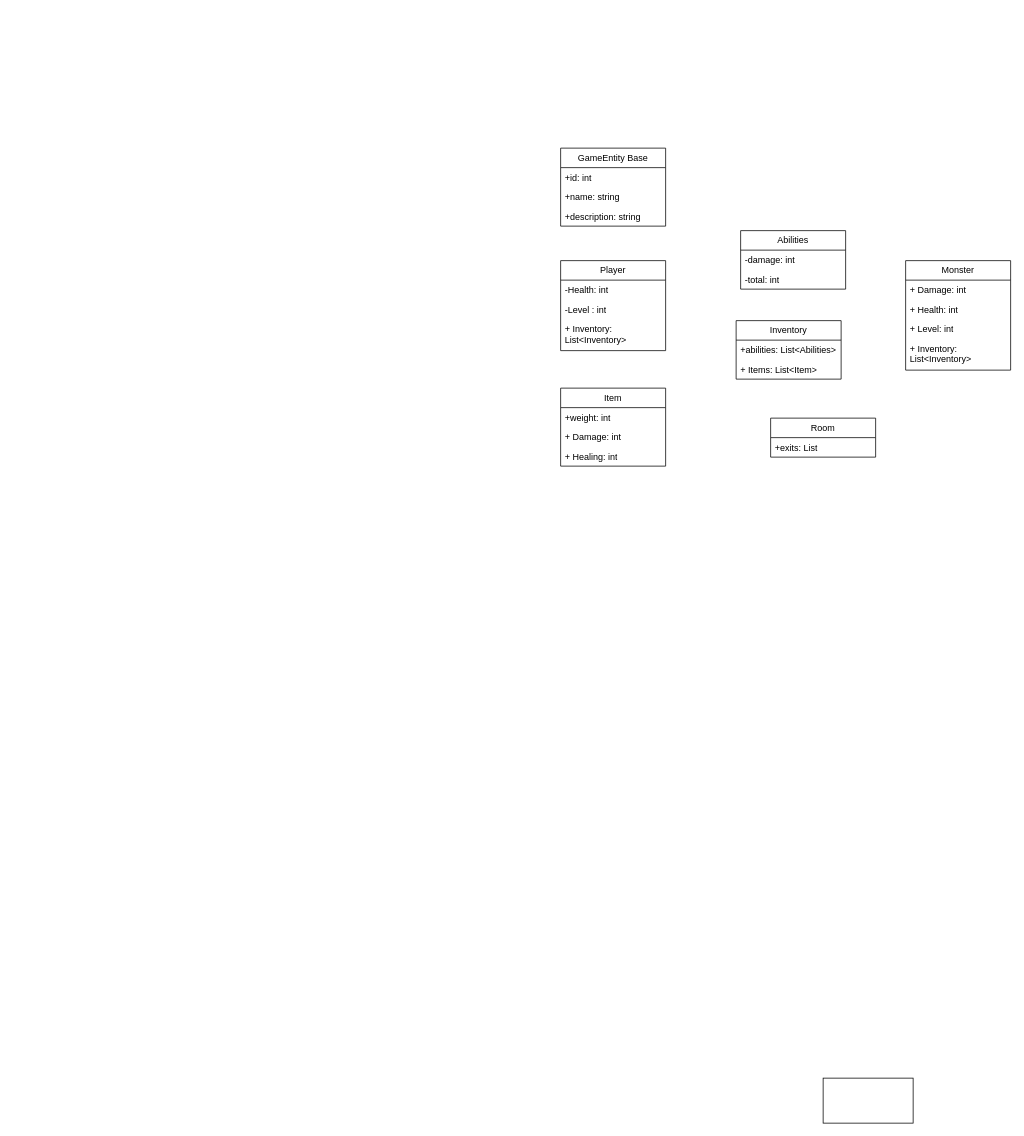
Before: Test.drawio in Buriiboo/Cliffs-of-Cockermouth, a draw.io diagram. Source tidied: cells renumbered, new cells numbered last; positions are measured from the earlier drawing's top-left corner, leaving out a move shared by most shapes. Both pictures are drawn from the tidied source at 75%, with x=0, y=0 at pixel (560, 148).
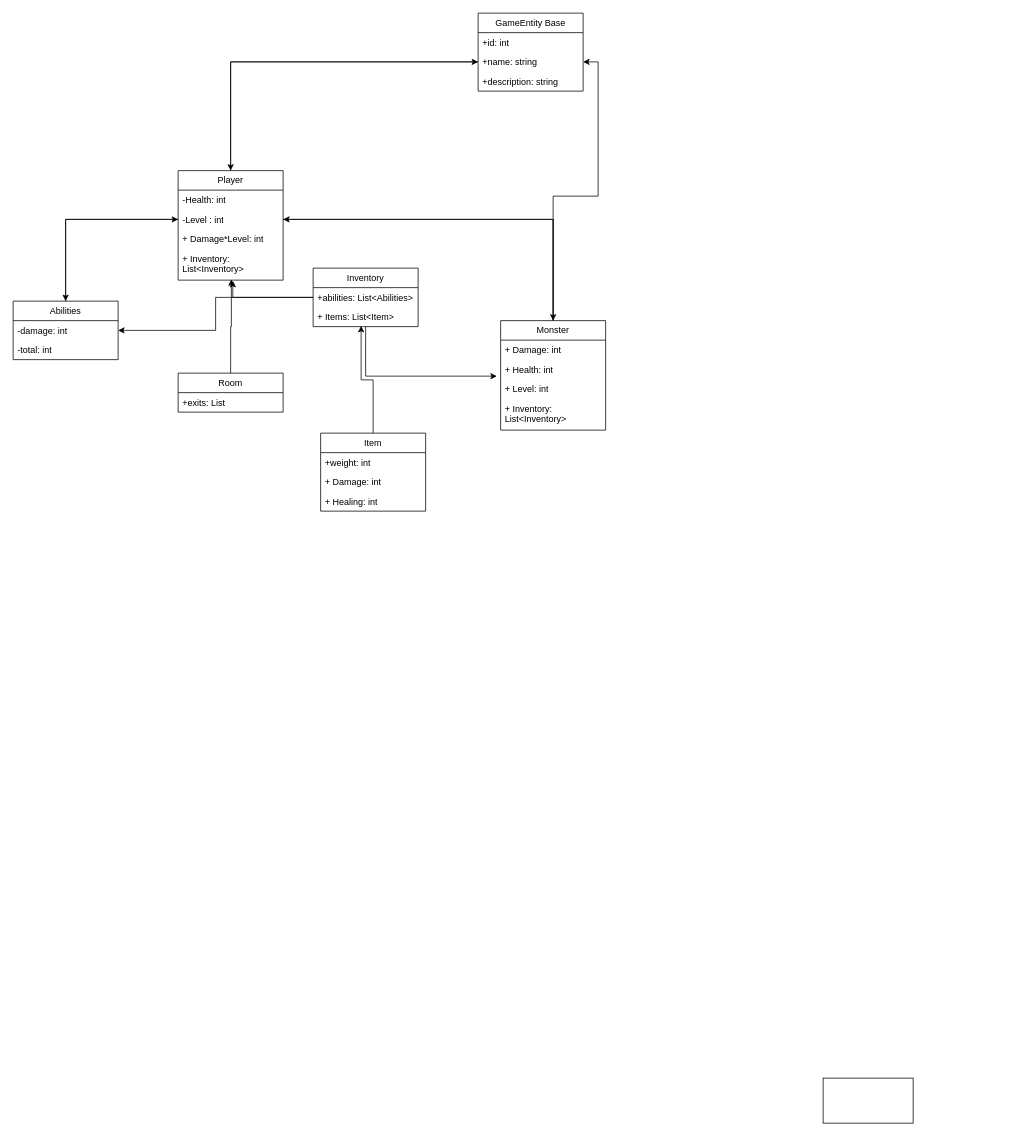
After the change.

The change refers to these unchanged cells:
```xml
<mxCell id="3" value="-damage: int" style="text;strokeColor=none;fillColor=none;align=left;verticalAlign=top;spacingLeft=4;spacingRight=4;overflow=hidden;points=[[0,0.5],[1,0.5]];portConstraint=eastwest;whiteSpace=wrap;html=1;" parent="2" vertex="1">
  <mxGeometry y="26" width="140" height="26" as="geometry" />
</mxCell>
<mxCell id="7" value="-Level : int" style="text;strokeColor=none;fillColor=none;align=left;verticalAlign=top;spacingLeft=4;spacingRight=4;overflow=hidden;points=[[0,0.5],[1,0.5]];portConstraint=eastwest;whiteSpace=wrap;html=1;" parent="5" vertex="1">
  <mxGeometry y="52" width="140" height="26" as="geometry" />
</mxCell>
<mxCell id="10" value="+abilities: List&amp;lt;Abilities&amp;gt;" style="text;strokeColor=none;fillColor=none;align=left;verticalAlign=top;spacingLeft=4;spacingRight=4;overflow=hidden;points=[[0,0.5],[1,0.5]];portConstraint=eastwest;whiteSpace=wrap;html=1;" parent="9" vertex="1">
  <mxGeometry y="26" width="140" height="26" as="geometry" />
</mxCell>
<mxCell id="11" value="+ Items: List&amp;lt;Item&amp;gt;" style="text;strokeColor=none;fillColor=none;align=left;verticalAlign=top;spacingLeft=4;spacingRight=4;overflow=hidden;points=[[0,0.5],[1,0.5]];portConstraint=eastwest;whiteSpace=wrap;html=1;" parent="9" vertex="1">
  <mxGeometry y="52" width="140" height="26" as="geometry" />
</mxCell>
<mxCell id="14" value="+name: string" style="text;strokeColor=none;fillColor=none;align=left;verticalAlign=top;spacingLeft=4;spacingRight=4;overflow=hidden;points=[[0,0.5],[1,0.5]];portConstraint=eastwest;whiteSpace=wrap;html=1;" parent="12" vertex="1">
  <mxGeometry y="52" width="140" height="26" as="geometry" />
</mxCell>
<mxCell id="24" value="+ Health: int" style="text;strokeColor=none;fillColor=none;align=left;verticalAlign=top;spacingLeft=4;spacingRight=4;overflow=hidden;points=[[0,0.5],[1,0.5]];portConstraint=eastwest;whiteSpace=wrap;html=1;" parent="22" vertex="1">
  <mxGeometry y="52" width="140" height="26" as="geometry" />
</mxCell>
```

The edit, as a diff of the source:
```diff
@@
+    <mxCell id="28" style="edgeStyle=orthogonalEdgeStyle;rounded=0;jettySize=auto;html=1;entryX=0;entryY=0.5;entryDx=0;entryDy=0;" parent="1" edge="1" source="2" target="7">
+      <mxGeometry relative="1" as="geometry" />
+    </mxCell>
     <mxCell id="2" value="Abilities" style="swimlane;fontStyle=0;horizontal=1;startSize=26;fillColor=none;whiteSpace=wrap;html=1;" parent="1" vertex="1">
-      <mxGeometry x="240" y="110" width="140" height="78" as="geometry" />
+      <mxGeometry x="-730" y="204" width="140" height="78" as="geometry" />
     </mxCell>
@@
+    <mxCell id="29" style="edgeStyle=orthogonalEdgeStyle;rounded=0;jettySize=auto;html=1;entryX=0;entryY=0.5;entryDx=0;entryDy=0;" parent="1" edge="1" source="5" target="14">
+      <mxGeometry relative="1" as="geometry" />
+    </mxCell>
     <mxCell id="5" value="Player" style="swimlane;fontStyle=0;horizontal=1;startSize=26;fillColor=none;whiteSpace=wrap;html=1;" parent="1" vertex="1">
-      <mxGeometry y="150" width="140" height="120" as="geometry" />
+      <mxGeometry x="-510" y="30" width="140" height="146" as="geometry" />
     </mxCell>
@@
+    <mxCell id="30" value="+ Damage*Level: int" style="text;strokeColor=none;fillColor=none;align=left;verticalAlign=top;spacingLeft=4;spacingRight=4;overflow=hidden;whiteSpace=wrap;html=1;" parent="5" vertex="1">
+      <mxGeometry y="78" width="140" height="26" as="geometry" />
+    </mxCell>
     <mxCell id="8" value="+ Inventory: List&amp;lt;Inventory&amp;gt;" style="text;strokeColor=none;fillColor=none;align=left;verticalAlign=top;spacingLeft=4;spacingRight=4;overflow=hidden;points=[[0,0.5],[1,0.5]];portConstraint=eastwest;whiteSpace=wrap;html=1;" parent="5" vertex="1">
-      <mxGeometry y="78" width="140" height="42" as="geometry" />
+      <mxGeometry y="104" width="140" height="42" as="geometry" />
     </mxCell>
     <mxCell id="9" value="Inventory" style="swimlane;fontStyle=0;horizontal=1;startSize=26;fillColor=none;whiteSpace=wrap;html=1;" parent="1" vertex="1">
-      <mxGeometry x="234" y="230" width="140" height="78" as="geometry" />
+      <mxGeometry x="-330" y="160" width="140" height="78" as="geometry" />
     </mxCell>
@@
     <mxCell id="12" value="GameEntity Base" style="swimlane;fontStyle=0;horizontal=1;startSize=26;fillColor=none;whiteSpace=wrap;html=1;" parent="1" vertex="1">
-      <mxGeometry width="140" height="104" as="geometry" />
+      <mxGeometry x="-110" y="-180" width="140" height="104" as="geometry" />
     </mxCell>
@@
     <mxCell id="16" value="Room" style="swimlane;fontStyle=0;horizontal=1;startSize=26;fillColor=none;whiteSpace=wrap;html=1;" parent="1" vertex="1">
-      <mxGeometry x="280" y="360" width="140" height="52" as="geometry" />
+      <mxGeometry x="-510" y="300" width="140" height="52" as="geometry" />
     </mxCell>
@@
     <mxCell id="18" value="Item" style="swimlane;fontStyle=0;horizontal=1;startSize=26;fillColor=none;whiteSpace=wrap;html=1;" parent="1" vertex="1">
-      <mxGeometry y="320" width="140" height="104" as="geometry" />
+      <mxGeometry x="-320" y="380" width="140" height="104" as="geometry" />
     </mxCell>
@@
+    <mxCell id="31" style="edgeStyle=orthogonalEdgeStyle;rounded=0;jettySize=auto;html=1;entryX=1;entryY=0.5;entryDx=0;entryDy=0;" parent="1" edge="1" source="22" target="14">
+      <mxGeometry relative="1" as="geometry" />
+    </mxCell>
+    <mxCell id="32" style="edgeStyle=orthogonalEdgeStyle;rounded=0;jettySize=auto;html=1;entryX=1;entryY=0.5;entryDx=0;entryDy=0;" parent="1" edge="1" source="22" target="7">
+      <mxGeometry relative="1" as="geometry" />
+    </mxCell>
     <mxCell id="22" value="Monster" style="swimlane;fontStyle=0;horizontal=1;startSize=26;fillColor=none;whiteSpace=wrap;html=1;" parent="1" vertex="1">
-      <mxGeometry x="460" y="150" width="140" height="146" as="geometry" />
+      <mxGeometry x="-80" y="230" width="140" height="146" as="geometry" />
     </mxCell>
@@
+    <mxCell id="33" style="edgeStyle=orthogonalEdgeStyle;rounded=0;jettySize=auto;html=1;entryX=-0.036;entryY=0.846;entryDx=0;entryDy=0;entryPerimeter=0;" parent="1" edge="1" source="9" target="24">
+      <mxGeometry relative="1" as="geometry" />
+    </mxCell>
+    <mxCell id="34" style="edgeStyle=orthogonalEdgeStyle;rounded=0;jettySize=auto;html=1;entryX=0.521;entryY=1.024;entryDx=0;entryDy=0;entryPerimeter=0;" parent="1" edge="1" source="10" target="8">
+      <mxGeometry relative="1" as="geometry" />
+    </mxCell>
+    <mxCell id="35" style="edgeStyle=orthogonalEdgeStyle;rounded=0;jettySize=auto;html=1;entryX=0.457;entryY=0.962;entryDx=0;entryDy=0;entryPerimeter=0;" parent="1" edge="1" source="18" target="11">
+      <mxGeometry relative="1" as="geometry" />
+    </mxCell>
+    <mxCell id="36" style="edgeStyle=orthogonalEdgeStyle;rounded=0;jettySize=auto;html=1;entryX=0.5;entryY=0;entryDx=0;entryDy=0;" parent="1" edge="1" source="7" target="22">
+      <mxGeometry relative="1" as="geometry" />
+    </mxCell>
+    <mxCell id="37" style="edgeStyle=orthogonalEdgeStyle;rounded=0;jettySize=auto;html=1;entryX=0.5;entryY=0;entryDx=0;entryDy=0;" parent="1" edge="1" source="14" target="5">
+      <mxGeometry relative="1" as="geometry" />
+    </mxCell>
+    <mxCell id="38" style="edgeStyle=orthogonalEdgeStyle;rounded=0;jettySize=auto;html=1;entryX=0.5;entryY=0;entryDx=0;entryDy=0;" parent="1" edge="1" source="7" target="2">
+      <mxGeometry relative="1" as="geometry" />
+    </mxCell>
+    <mxCell id="39" style="edgeStyle=orthogonalEdgeStyle;rounded=0;jettySize=auto;html=1;entryX=1;entryY=0.5;entryDx=0;entryDy=0;" parent="1" edge="1" source="10" target="3">
+      <mxGeometry relative="1" as="geometry" />
+    </mxCell>
+    <mxCell id="40" style="edgeStyle=orthogonalEdgeStyle;rounded=0;jettySize=auto;html=1;entryX=0.507;entryY=0.976;entryDx=0;entryDy=0;entryPerimeter=0;" parent="1" edge="1" source="16" target="8">
+      <mxGeometry relative="1" as="geometry" />
+    </mxCell>
```
